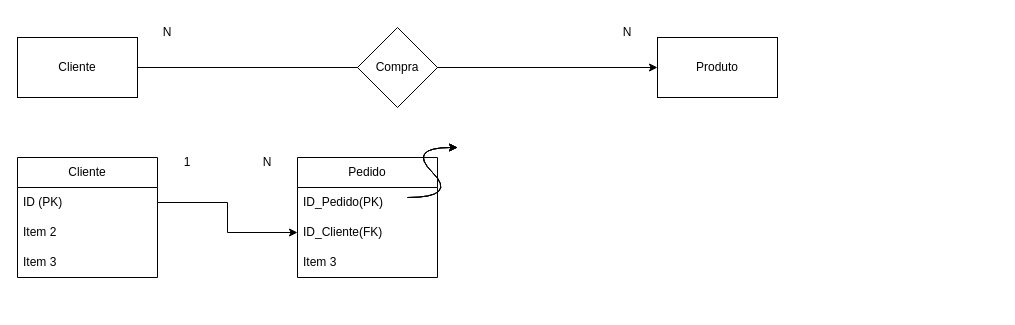
Before: Diagrama sem nome.drawio in KilderyLeandro/Introdu-oGiftHub, a draw.io diagram. Source tidied: cells renumbered, new cells numbered last; positions are measured from the earlier drawing's top-left corner, leaving out a move shared by most shapes. Both pictures are drawn from the tidied source at 100%, with x=0, y=0 at pixel (17, 17).
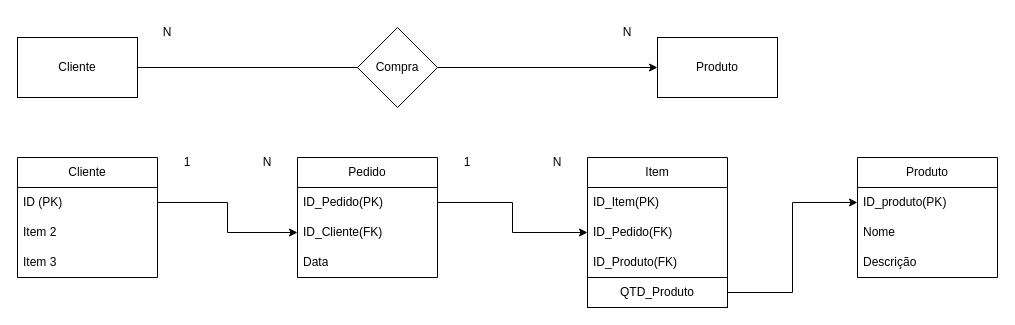
Above is the later version.

The change refers to these unchanged cells:
```xml
<mxCell id="15" value="Pedido" style="swimlane;fontStyle=0;horizontal=1;startSize=30;whiteSpace=wrap;html=1;" parent="1" vertex="1">
  <mxGeometry x="280" y="140" width="140" height="120" as="geometry" />
</mxCell>
<mxCell id="16" value="ID_Pedido(PK)" style="text;strokeColor=none;fillColor=none;align=left;verticalAlign=middle;spacingLeft=4;spacingRight=4;overflow=hidden;points=[[0,0.5],[1,0.5]];portConstraint=eastwest;whiteSpace=wrap;html=1;" parent="15" vertex="1">
  <mxGeometry y="30" width="140" height="30" as="geometry" />
</mxCell>
```

The edit, as a diff of the source:
```diff
@@
-    <mxCell id="18" value="Item 3" style="text;strokeColor=none;fillColor=none;align=left;verticalAlign=middle;spacingLeft=4;spacingRight=4;overflow=hidden;whiteSpace=wrap;html=1;" parent="15" vertex="1">
+    <mxCell id="18" value="Data" style="text;strokeColor=none;fillColor=none;align=left;verticalAlign=middle;spacingLeft=4;spacingRight=4;overflow=hidden;whiteSpace=wrap;html=1;" parent="15" vertex="1">
       <mxGeometry y="90" width="140" height="30" as="geometry" />
     </mxCell>
@@
-    <mxCell id="21" style="curved=1;endArrow=classic;html=1;rounded=0;" parent="1" edge="1">
-      <mxGeometry relative="1" as="geometry">
-        <mxPoint x="390" y="180" as="sourcePoint" />
-        <mxPoint x="440" y="130" as="targetPoint" />
-        <Array as="points">
-          <mxPoint x="440" y="180" />
-          <mxPoint x="390" y="130" />
-        </Array>
-      </mxGeometry>
-    </mxCell>
-    <mxCell id="22" style="curved=1;endArrow=classic;html=1;rounded=0;" parent="1" edge="1">
-      <mxGeometry relative="1" as="geometry">
-        <mxPoint x="390" y="180" as="sourcePoint" />
-        <mxPoint x="440" y="130" as="targetPoint" />
-        <Array as="points">
-          <mxPoint x="440" y="180" />
-          <mxPoint x="390" y="130" />
-        </Array>
-      </mxGeometry>
-    </mxCell>
-    <mxCell id="23" style="curved=1;endArrow=classic;html=1;rounded=0;" parent="1" edge="1">
-      <mxGeometry relative="1" as="geometry">
-        <mxPoint x="390" y="180" as="sourcePoint" />
-        <mxPoint x="440" y="130" as="targetPoint" />
-        <Array as="points">
-          <mxPoint x="440" y="180" />
-          <mxPoint x="390" y="130" />
-        </Array>
-      </mxGeometry>
-    </mxCell>
@@
+    <mxCell id="25" value="Item" style="swimlane;fontStyle=0;horizontal=1;startSize=30;whiteSpace=wrap;html=1;strokeWidth=1;swimlaneFillColor=default;absoluteArcSize=0;" parent="1" vertex="1">
+      <mxGeometry x="570" y="140" width="140" height="120" as="geometry" />
+    </mxCell>
+    <mxCell id="26" value="ID_Item(PK)" style="text;strokeColor=none;fillColor=none;align=left;verticalAlign=middle;spacingLeft=4;spacingRight=4;overflow=hidden;whiteSpace=wrap;html=1;" parent="25" vertex="1">
+      <mxGeometry y="30" width="140" height="30" as="geometry" />
+    </mxCell>
+    <mxCell id="27" value="ID_Pedido(FK)" style="text;strokeColor=none;fillColor=none;align=left;verticalAlign=middle;spacingLeft=4;spacingRight=4;overflow=hidden;points=[[0,0.5],[1,0.5]];portConstraint=eastwest;whiteSpace=wrap;html=1;" parent="25" vertex="1">
+      <mxGeometry y="60" width="140" height="30" as="geometry" />
+    </mxCell>
+    <mxCell id="28" value="ID_Produto(FK)" style="text;strokeColor=none;fillColor=none;align=left;verticalAlign=middle;spacingLeft=4;spacingRight=4;overflow=hidden;whiteSpace=wrap;html=1;" parent="25" vertex="1">
+      <mxGeometry y="90" width="140" height="30" as="geometry" />
+    </mxCell>
+    <mxCell id="29" value="Produto" style="swimlane;fontStyle=0;horizontal=1;startSize=30;whiteSpace=wrap;html=1;" parent="1" vertex="1">
+      <mxGeometry x="840" y="140" width="140" height="120" as="geometry" />
+    </mxCell>
+    <mxCell id="30" value="ID_produto(PK)" style="text;strokeColor=none;fillColor=none;align=left;verticalAlign=middle;spacingLeft=4;spacingRight=4;overflow=hidden;points=[[0,0.5],[1,0.5]];portConstraint=eastwest;whiteSpace=wrap;html=1;" parent="29" vertex="1">
+      <mxGeometry y="30" width="140" height="30" as="geometry" />
+    </mxCell>
+    <mxCell id="31" value="Nome" style="text;strokeColor=none;fillColor=none;align=left;verticalAlign=middle;spacingLeft=4;spacingRight=4;overflow=hidden;whiteSpace=wrap;html=1;" parent="29" vertex="1">
+      <mxGeometry y="60" width="140" height="30" as="geometry" />
+    </mxCell>
+    <mxCell id="32" value="Descrição" style="text;strokeColor=none;fillColor=none;align=left;verticalAlign=middle;spacingLeft=4;spacingRight=4;overflow=hidden;whiteSpace=wrap;html=1;" parent="29" vertex="1">
+      <mxGeometry y="90" width="140" height="30" as="geometry" />
+    </mxCell>
+    <mxCell id="33" style="edgeStyle=orthogonalEdgeStyle;rounded=0;jettySize=auto;html=1;exitX=1;exitY=0.5;exitDx=0;exitDy=0;entryX=0;entryY=0.5;entryDx=0;entryDy=0;" parent="1" edge="1" source="16" target="27">
+      <mxGeometry relative="1" as="geometry" />
+    </mxCell>
+    <mxCell id="34" value="1" style="text;html=1;strokeColor=none;fillColor=none;align=center;verticalAlign=middle;whiteSpace=wrap;rounded=0;" parent="1" vertex="1">
+      <mxGeometry x="420" y="130" width="60" height="30" as="geometry" />
+    </mxCell>
+    <mxCell id="35" value="N" style="text;html=1;strokeColor=none;fillColor=none;align=center;verticalAlign=middle;whiteSpace=wrap;rounded=0;" parent="1" vertex="1">
+      <mxGeometry x="510" y="130" width="60" height="30" as="geometry" />
+    </mxCell>
+    <mxCell id="36" style="edgeStyle=orthogonalEdgeStyle;rounded=0;jettySize=auto;html=1;exitX=1;exitY=0.5;exitDx=0;exitDy=0;entryX=0;entryY=0.5;entryDx=0;entryDy=0;" parent="1" edge="1" source="37" target="30">
+      <mxGeometry relative="1" as="geometry" />
+    </mxCell>
+    <mxCell id="37" value="QTD_Produto" style="rounded=0;whiteSpace=wrap;html=1;" parent="1" vertex="1">
+      <mxGeometry x="570" y="260" width="140" height="30" as="geometry" />
+    </mxCell>
```
